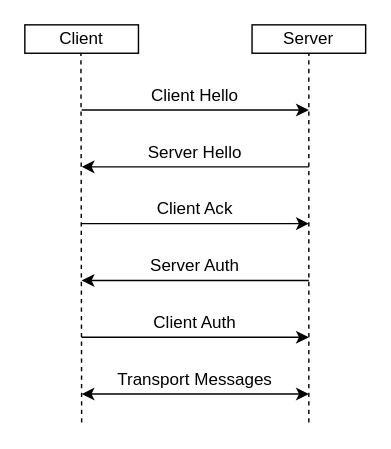
The draw.io diagram paper/figures/crypto_handshake_discoverable.drawio in hop-proto/hop-go, before the edit. Source tidied: cells renumbered, new cells numbered last; positions are measured from the earlier drawing's top-left corner, leaving out a move shared by most shapes. Both pictures are drawn from the tidied source at 142%, with x=0, y=0 at pixel (24, 24).
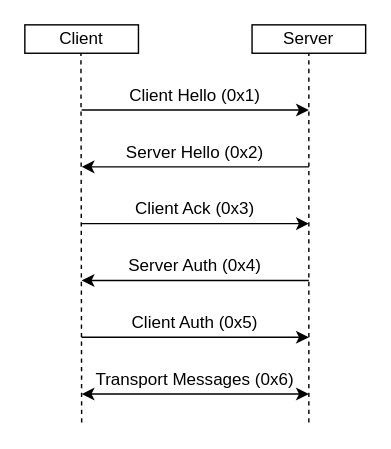
After the change.

Commit message (it also covers changes not shown here):
hidden server diagram

Diff of the diagram source:
```diff
@@
-    <mxCell id="7" value="Client Hello" style="text;html=1;strokeColor=none;fillColor=none;align=center;verticalAlign=middle;whiteSpace=wrap;rounded=0;" parent="1" vertex="1">
+    <mxCell id="7" value="Client Hello (0x1)" style="text;html=1;strokeColor=none;fillColor=none;align=center;verticalAlign=middle;whiteSpace=wrap;rounded=0;" parent="1" vertex="1">
       <mxGeometry x="40" y="40" width="160" height="20" as="geometry" />
     </mxCell>
-    <mxCell id="8" value="Server Hello" style="text;html=1;strokeColor=none;fillColor=none;align=center;verticalAlign=middle;whiteSpace=wrap;rounded=0;" parent="1" vertex="1">
+    <mxCell id="8" value="Server Hello (0x2)" style="text;html=1;strokeColor=none;fillColor=none;align=center;verticalAlign=middle;whiteSpace=wrap;rounded=0;" parent="1" vertex="1">
       <mxGeometry x="40" y="80" width="160" height="20" as="geometry" />
     </mxCell>
@@
-    <mxCell id="10" value="Client Ack" style="text;html=1;strokeColor=none;fillColor=none;align=center;verticalAlign=middle;whiteSpace=wrap;rounded=0;" parent="1" vertex="1">
+    <mxCell id="10" value="Client Ack (0x3)" style="text;html=1;strokeColor=none;fillColor=none;align=center;verticalAlign=middle;whiteSpace=wrap;rounded=0;" parent="1" vertex="1">
       <mxGeometry x="40" y="120" width="160" height="20" as="geometry" />
     </mxCell>
-    <mxCell id="11" value="Server Auth" style="text;html=1;strokeColor=none;fillColor=none;align=center;verticalAlign=middle;whiteSpace=wrap;rounded=0;" parent="1" vertex="1">
+    <mxCell id="11" value="Server Auth (0x4)" style="text;html=1;strokeColor=none;fillColor=none;align=center;verticalAlign=middle;whiteSpace=wrap;rounded=0;" parent="1" vertex="1">
       <mxGeometry x="40" y="160" width="160" height="20" as="geometry" />
     </mxCell>
@@
-    <mxCell id="15" value="Client Auth" style="text;html=1;strokeColor=none;fillColor=none;align=center;verticalAlign=middle;whiteSpace=wrap;rounded=0;" parent="1" vertex="1">
+    <mxCell id="15" value="Client Auth (0x5)" style="text;html=1;strokeColor=none;fillColor=none;align=center;verticalAlign=middle;whiteSpace=wrap;rounded=0;" parent="1" vertex="1">
       <mxGeometry x="40" y="200" width="160" height="20" as="geometry" />
     </mxCell>
@@
-    <mxCell id="19" value="Transport Messages" style="text;html=1;strokeColor=none;fillColor=none;align=center;verticalAlign=middle;whiteSpace=wrap;rounded=0;" parent="1" vertex="1">
+    <mxCell id="19" value="Transport Messages (0x6)" style="text;html=1;strokeColor=none;fillColor=none;align=center;verticalAlign=middle;whiteSpace=wrap;rounded=0;" parent="1" vertex="1">
       <mxGeometry x="40" y="240" width="160" height="20" as="geometry" />
     </mxCell>
```
